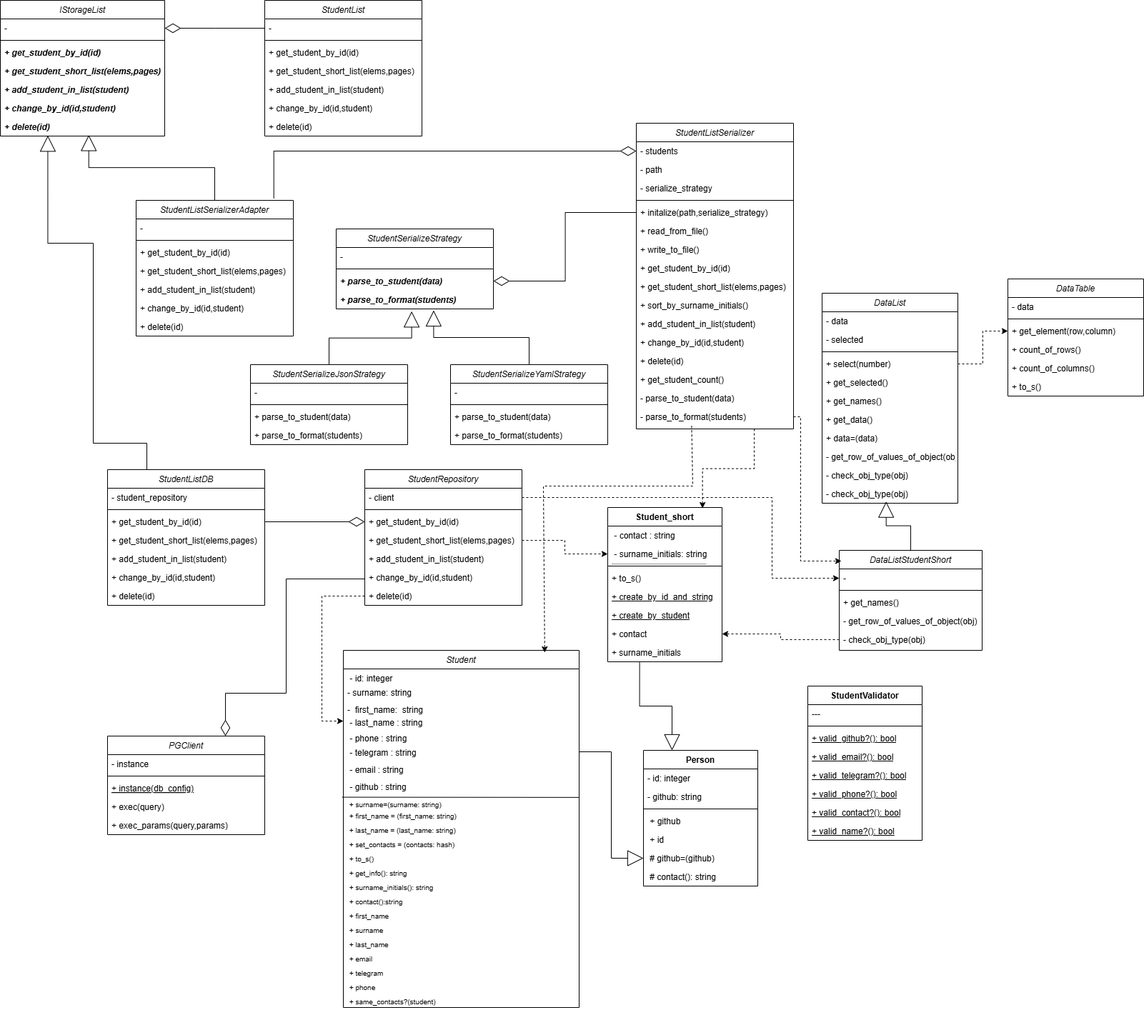
Heisenbq/Software-design-patterns keeps this draw.io diagram as images/all_classes_lab4.png. Above is the earlier version. Source tidied: cells renumbered, new cells last; positions are measured from the earlier drawing's top-left corner, leaving out a move shared by most shapes.
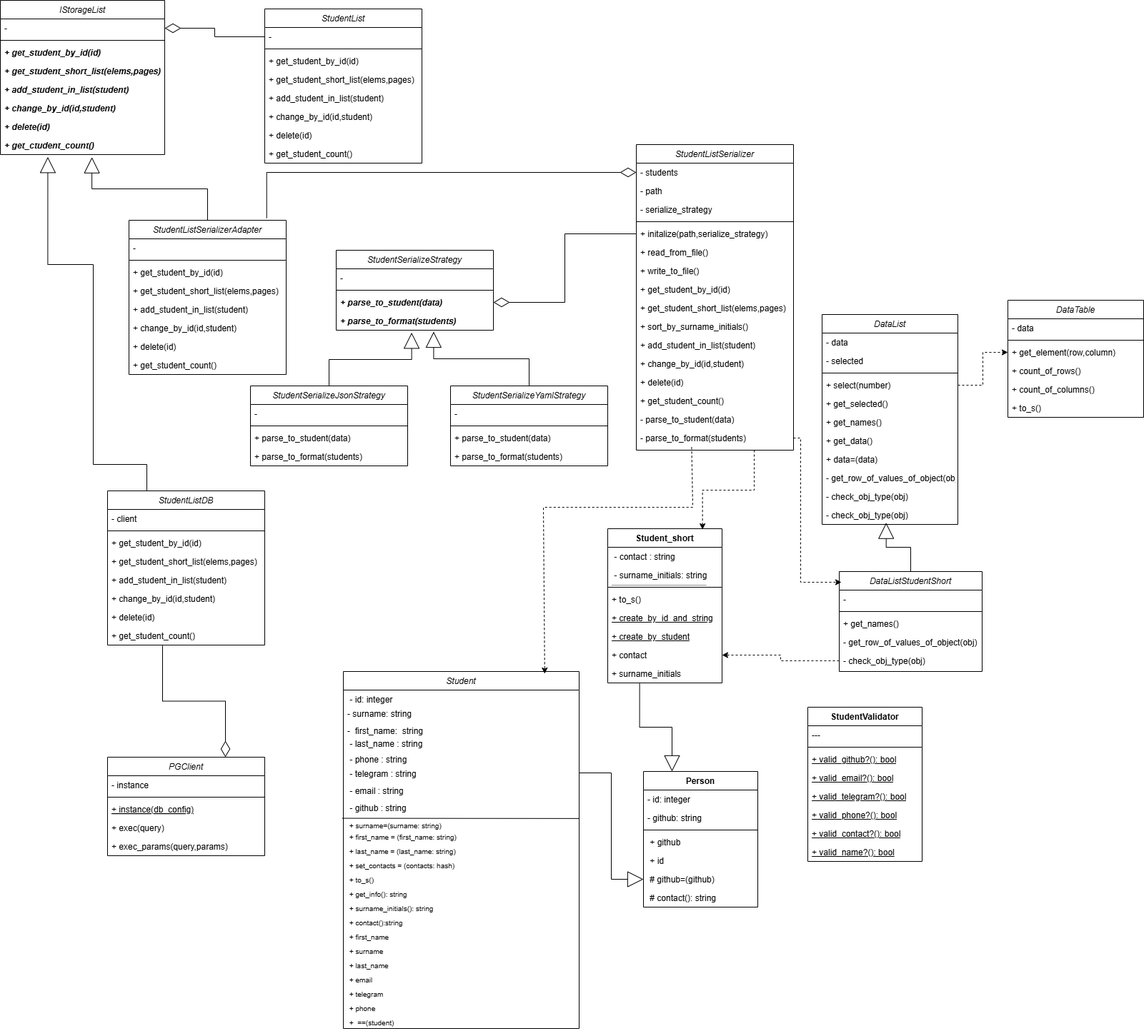
After the change.

Commit message:
4 add diag classes

Change to the diagram source:
```diff
@@ -153,9 +153,9 @@
       <mxGeometry y="86" width="220" height="26" as="geometry" />
     </mxCell>
     <mxCell id="52" value="StudentListDB" style="swimlane;fontStyle=2;align=center;verticalAlign=top;horizontal=1;startSize=26;rounded=0;shadow=0;strokeWidth=1;" parent="1" vertex="1">
-      <mxGeometry x="150" y="657" width="220" height="190" as="geometry" />
+      <mxGeometry x="150" y="657" width="220" height="216" as="geometry" />
     </mxCell>
-    <mxCell id="53" value="- student_repository" style="text;align=left;verticalAlign=top;spacingLeft=4;spacingRight=4;overflow=hidden;fontStyle=0;" parent="52" vertex="1">
+    <mxCell id="53" value="- client" style="text;align=left;verticalAlign=top;spacingLeft=4;spacingRight=4;overflow=hidden;fontStyle=0;" parent="52" vertex="1">
       <mxGeometry y="26" width="220" height="26" as="geometry" />
     </mxCell>
     <mxCell id="54" style="line;html=1;strokeWidth=1;align=left;verticalAlign=middle;spacingTop=-1;spacingLeft=3;spacingRight=3;labelPosition=right;" parent="52" vertex="1">
@@ -176,30 +176,9 @@
     <mxCell id="59" value="+ delete(id)" style="text;align=left;verticalAlign=top;spacingLeft=4;spacingRight=4;overflow=hidden;" parent="52" vertex="1">
       <mxGeometry y="164" width="220" height="26" as="geometry" />
     </mxCell>
-    <mxCell id="60" value="StudentRepository" style="swimlane;fontStyle=2;align=center;verticalAlign=top;horizontal=1;startSize=26;rounded=0;shadow=0;strokeWidth=1;" parent="1" vertex="1">
-      <mxGeometry x="510" y="657" width="220" height="190" as="geometry" />
-    </mxCell>
-    <mxCell id="61" value="- client" style="text;align=left;verticalAlign=top;spacingLeft=4;spacingRight=4;overflow=hidden;points=[[0,0.5],[1,0.5]];portConstraint=eastwest;fontStyle=0;" parent="60" vertex="1">
-      <mxGeometry y="26" width="220" height="26" as="geometry" />
-    </mxCell>
-    <mxCell id="62" style="line;html=1;strokeWidth=1;align=left;verticalAlign=middle;spacingTop=-1;spacingLeft=3;spacingRight=3;labelPosition=right;" parent="60" vertex="1">
-      <mxGeometry y="52" width="220" height="8" as="geometry" />
-    </mxCell>
-    <mxCell id="63" value="+ get_student_by_id(id)" style="text;align=left;verticalAlign=top;spacingLeft=4;spacingRight=4;overflow=hidden;points=[[0,0.5],[1,0.5]];portConstraint=eastwest;" parent="60" vertex="1">
-      <mxGeometry y="60" width="220" height="26" as="geometry" />
-    </mxCell>
-    <mxCell id="64" value="+ get_student_short_list(elems,pages)" style="text;align=left;verticalAlign=top;spacingLeft=4;spacingRight=4;overflow=hidden;points=[[0,0.5],[1,0.5]];portConstraint=eastwest;" parent="60" vertex="1">
-      <mxGeometry y="86" width="220" height="26" as="geometry" />
-    </mxCell>
-    <mxCell id="65" value="+ add_student_in_list(student)" style="text;align=left;verticalAlign=top;spacingLeft=4;spacingRight=4;overflow=hidden;points=[[0,0.5],[1,0.5]];portConstraint=eastwest;" parent="60" vertex="1">
-      <mxGeometry y="112" width="220" height="26" as="geometry" />
-    </mxCell>
-    <mxCell id="66" value="+ change_by_id(id,student)" style="text;align=left;verticalAlign=top;spacingLeft=4;spacingRight=4;overflow=hidden;" parent="60" vertex="1">
-      <mxGeometry y="138" width="220" height="26" as="geometry" />
-    </mxCell>
-    <mxCell id="67" value="+ delete(id)" style="text;align=left;verticalAlign=top;spacingLeft=4;spacingRight=4;overflow=hidden;points=[[0,0.5],[1,0.5]];portConstraint=eastwest;" parent="60" vertex="1">
-      <mxGeometry y="164" width="220" height="26" as="geometry" />
-    </mxCell>
+    <mxCell id="176" value="+ get_student_count()" style="text;align=left;verticalAlign=top;spacingLeft=4;spacingRight=4;overflow=hidden;points=[[0,0.5],[1,0.5]];portConstraint=eastwest;" parent="52" vertex="1">
+      <mxGeometry y="190" width="220" height="26" as="geometry" />
+    </mxCell>
     <mxCell id="68" value="Student" style="swimlane;fontStyle=2;align=center;verticalAlign=top;horizontal=1;startSize=26;rounded=0;shadow=0;strokeWidth=1;" parent="1" vertex="1">
       <mxGeometry x="480" y="910" width="330" height="500" as="geometry" />
     </mxCell>
@@ -272,7 +251,7 @@
     <mxCell id="91" value=" + phone" style="text;align=left;verticalAlign=top;spacingLeft=4;spacingRight=4;overflow=hidden;fontSize=10;" parent="68" vertex="1">
       <mxGeometry y="460" width="330" height="20" as="geometry" />
     </mxCell>
-    <mxCell id="92" value=" + same_contacts?(student)" style="text;align=left;verticalAlign=top;spacingLeft=4;spacingRight=4;overflow=hidden;fontSize=10;" parent="68" vertex="1">
+    <mxCell id="92" value=" +  ==(student)&#10;" style="text;align=left;verticalAlign=top;spacingLeft=4;spacingRight=4;overflow=hidden;fontSize=10;" parent="68" vertex="1">
       <mxGeometry y="480" width="330" height="20" as="geometry" />
     </mxCell>
     <mxCell id="93" value="Person" style="swimlane;fontStyle=1;align=center;verticalAlign=top;horizontal=1;startSize=26;whiteSpace=wrap;html=1;" parent="1" vertex="1">
@@ -399,23 +378,9 @@
     <mxCell id="132" style="endArrow=none;html=1;rounded=0;startArrow=block;startFill=0;entryX=0.5;entryY=0;entryDx=0;entryDy=0;edgeStyle=elbowEdgeStyle;elbow=vertical;endSize=7;startSize=20;exitX=0.472;exitY=0.91;exitDx=0;exitDy=0;exitPerimeter=0;" parent="1" edge="1" source="13" target="14">
       <mxGeometry relative="1" as="geometry" />
     </mxCell>
-    <mxCell id="133" style="endArrow=none;html=1;rounded=0;startArrow=diamondThin;startFill=0;entryX=1;entryY=0.5;entryDx=0;entryDy=0;edgeStyle=elbowEdgeStyle;exitX=0;exitY=0.5;exitDx=0;exitDy=0;endSize=7;startSize=20;" parent="1" edge="1" source="63" target="55">
+    <mxCell id="133" style="endArrow=none;html=1;rounded=0;startArrow=diamondThin;startFill=0;entryX=0.35;entryY=1.029;entryDx=0;entryDy=0;edgeStyle=orthogonalEdgeStyle;endSize=7;startSize=20;entryPerimeter=0;exitX=0.75;exitY=0;exitDx=0;exitDy=0;" parent="1" edge="1" source="169" target="176">
       <mxGeometry relative="1" as="geometry" />
     </mxCell>
-    <mxCell id="134" style="endArrow=classic;html=1;rounded=0;dashed=1;entryX=0;entryY=0.5;entryDx=0;entryDy=0;exitX=0;exitY=0.5;exitDx=0;exitDy=0;edgeStyle=elbowEdgeStyle;" parent="1" edge="1" source="67" target="72">
-      <mxGeometry relative="1" as="geometry">
-        <Array as="points">
-          <mxPoint x="450" y="930" />
-        </Array>
-      </mxGeometry>
-    </mxCell>
-    <mxCell id="135" style="endArrow=classic;html=1;rounded=0;dashed=1;entryX=0;entryY=0.5;entryDx=0;entryDy=0;exitX=1;exitY=0.5;exitDx=0;exitDy=0;edgeStyle=elbowEdgeStyle;" parent="1" edge="1" source="61" target="15">
-      <mxGeometry relative="1" as="geometry">
-        <Array as="points">
-          <mxPoint x="1080" y="696" />
-        </Array>
-      </mxGeometry>
-    </mxCell>
     <mxCell id="136" style="endArrow=classic;html=1;rounded=0;dashed=1;entryX=0.854;entryY=0.006;entryDx=0;entryDy=0;elbow=vertical;entryPerimeter=0;exitX=0.352;exitY=0.991;exitDx=0;exitDy=0;exitPerimeter=0;" parent="1" edge="1" source="36" target="68">
       <mxGeometry relative="1" as="geometry">
         <Array as="points">
@@ -437,11 +402,8 @@
     <mxCell id="139" style="endArrow=classic;html=1;rounded=0;dashed=1;entryX=0.829;entryY=0.005;entryDx=0;entryDy=0;edgeStyle=elbowEdgeStyle;elbow=vertical;entryPerimeter=0;exitX=0.75;exitY=1;exitDx=0;exitDy=0;" parent="1" edge="1" source="20" target="101">
       <mxGeometry relative="1" as="geometry" />
     </mxCell>
-    <mxCell id="140" style="endArrow=classic;html=1;rounded=0;dashed=1;entryX=0;entryY=0.5;entryDx=0;entryDy=0;exitX=1;exitY=0.5;exitDx=0;exitDy=0;elbow=vertical;edgeStyle=orthogonalEdgeStyle;" parent="1" edge="1" source="64" target="103">
-      <mxGeometry relative="1" as="geometry" />
-    </mxCell>
     <mxCell id="141" value="IStorageList" style="swimlane;fontStyle=2;align=center;verticalAlign=top;horizontal=1;startSize=26;rounded=0;shadow=0;strokeWidth=1;" parent="1" vertex="1">
-      <mxGeometry width="230" height="190" as="geometry" />
+      <mxGeometry y="-30" width="230" height="216" as="geometry" />
     </mxCell>
     <mxCell id="142" value="-" style="text;align=left;verticalAlign=top;spacingLeft=4;spacingRight=4;overflow=hidden;points=[[0,0.5],[1,0.5]];portConstraint=eastwest;fontStyle=0;" parent="141" vertex="1">
       <mxGeometry y="26" width="230" height="26" as="geometry" />
@@ -464,8 +426,11 @@
     <mxCell id="148" value="+ delete(id)" style="text;align=left;verticalAlign=top;spacingLeft=4;spacingRight=4;overflow=hidden;points=[[0,0.5],[1,0.5]];portConstraint=eastwest;fontStyle=3;" parent="141" vertex="1">
       <mxGeometry y="164" width="230" height="26" as="geometry" />
     </mxCell>
+    <mxCell id="177" value="+ get_ctudent_count()" style="text;align=left;verticalAlign=top;spacingLeft=4;spacingRight=4;overflow=hidden;points=[[0,0.5],[1,0.5]];portConstraint=eastwest;fontStyle=3;" parent="141" vertex="1">
+      <mxGeometry y="190" width="230" height="26" as="geometry" />
+    </mxCell>
     <mxCell id="149" value="StudentListSerializerAdapter" style="swimlane;fontStyle=2;align=center;verticalAlign=top;horizontal=1;startSize=26;rounded=0;shadow=0;strokeWidth=1;" parent="1" vertex="1">
-      <mxGeometry x="190" y="280" width="220" height="190" as="geometry" />
+      <mxGeometry x="180" y="278" width="220" height="216" as="geometry" />
     </mxCell>
     <mxCell id="150" value="-" style="text;align=left;verticalAlign=top;spacingLeft=4;spacingRight=4;overflow=hidden;fontStyle=0;" parent="149" vertex="1">
       <mxGeometry y="26" width="220" height="26" as="geometry" />
@@ -488,6 +453,9 @@
     <mxCell id="156" value="+ delete(id)" style="text;align=left;verticalAlign=top;spacingLeft=4;spacingRight=4;overflow=hidden;" parent="149" vertex="1">
       <mxGeometry y="164" width="220" height="26" as="geometry" />
     </mxCell>
+    <mxCell id="178" value="+ get_student_count()" style="text;align=left;verticalAlign=top;spacingLeft=4;spacingRight=4;overflow=hidden;" parent="149" vertex="1">
+      <mxGeometry y="190" width="220" height="26" as="geometry" />
+    </mxCell>
     <mxCell id="157" style="endArrow=none;html=1;rounded=0;startArrow=block;startFill=0;edgeStyle=orthogonalEdgeStyle;elbow=vertical;exitX=0.354;exitY=0.972;exitDx=0;exitDy=0;exitPerimeter=0;endSize=7;startSize=20;entryX=0.25;entryY=0;entryDx=0;entryDy=0;" parent="1" edge="1" target="52">
       <mxGeometry relative="1" as="geometry">
         <mxPoint x="66.4" y="189.3" as="sourcePoint" />
@@ -499,11 +467,11 @@
         </Array>
       </mxGeometry>
     </mxCell>
-    <mxCell id="158" style="endArrow=none;html=1;rounded=0;startArrow=block;startFill=0;entryX=0.5;entryY=0;entryDx=0;entryDy=0;edgeStyle=elbowEdgeStyle;elbow=vertical;exitX=0.538;exitY=0.939;exitDx=0;exitDy=0;exitPerimeter=0;endSize=7;startSize=20;" parent="1" edge="1" source="148" target="149">
+    <mxCell id="158" style="endArrow=none;html=1;rounded=0;startArrow=block;startFill=0;entryX=0.5;entryY=0;entryDx=0;entryDy=0;edgeStyle=elbowEdgeStyle;elbow=vertical;exitX=0.557;exitY=1.142;exitDx=0;exitDy=0;exitPerimeter=0;endSize=7;startSize=20;" parent="1" edge="1" source="177" target="149">
       <mxGeometry relative="1" as="geometry" />
     </mxCell>
     <mxCell id="159" value="StudentList" style="swimlane;fontStyle=2;align=center;verticalAlign=top;horizontal=1;startSize=26;rounded=0;shadow=0;strokeWidth=1;" parent="1" vertex="1">
-      <mxGeometry x="370" width="220" height="190" as="geometry" />
+      <mxGeometry x="370" y="-18" width="220" height="216" as="geometry" />
     </mxCell>
     <mxCell id="160" value="-" style="text;align=left;verticalAlign=top;spacingLeft=4;spacingRight=4;overflow=hidden;points=[[0,0.5],[1,0.5]];portConstraint=eastwest;fontStyle=0;" parent="159" vertex="1">
       <mxGeometry y="26" width="220" height="26" as="geometry" />
@@ -526,6 +494,9 @@
     <mxCell id="166" value="+ delete(id)" style="text;align=left;verticalAlign=top;spacingLeft=4;spacingRight=4;overflow=hidden;" parent="159" vertex="1">
       <mxGeometry y="164" width="220" height="26" as="geometry" />
     </mxCell>
+    <mxCell id="179" value="+ get_student_count()" style="text;align=left;verticalAlign=top;spacingLeft=4;spacingRight=4;overflow=hidden;" parent="159" vertex="1">
+      <mxGeometry y="190" width="220" height="26" as="geometry" />
+    </mxCell>
     <mxCell id="167" style="endArrow=none;html=1;rounded=0;startArrow=diamondThin;startFill=0;entryX=0;entryY=0.5;entryDx=0;entryDy=0;edgeStyle=elbowEdgeStyle;exitX=1;exitY=0.5;exitDx=0;exitDy=0;endSize=7;startSize=20;" parent="1" edge="1" source="142" target="160">
       <mxGeometry relative="1" as="geometry" />
     </mxCell>
@@ -550,15 +521,5 @@
     <mxCell id="174" value="+ exec_params(query,params)" style="text;align=left;verticalAlign=top;spacingLeft=4;spacingRight=4;overflow=hidden;" parent="169" vertex="1">
       <mxGeometry y="112" width="220" height="26" as="geometry" />
     </mxCell>
-    <mxCell id="175" style="endArrow=none;html=1;rounded=0;startArrow=diamondThin;startFill=0;entryX=0;entryY=0.5;entryDx=0;entryDy=0;edgeStyle=orthogonalEdgeStyle;exitX=0.75;exitY=0;exitDx=0;exitDy=0;endSize=7;startSize=20;" parent="1" edge="1" source="169" target="65">
-      <mxGeometry relative="1" as="geometry">
-        <Array as="points">
-          <mxPoint x="315" y="970" />
-          <mxPoint x="400" y="970" />
-          <mxPoint x="400" y="810" />
-          <mxPoint x="510" y="810" />
-        </Array>
-      </mxGeometry>
-    </mxCell>
   </root>
 </mxGraphModel>
```
